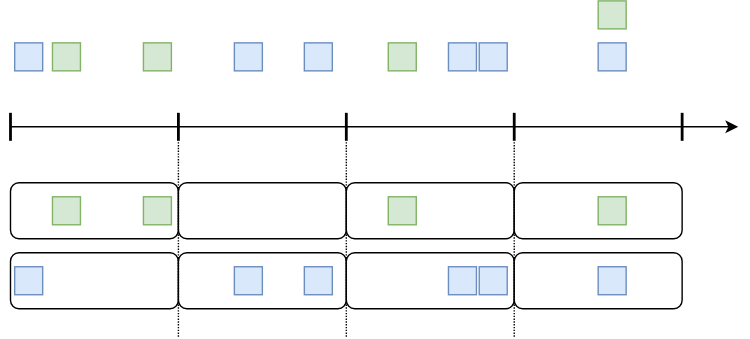
This is docs/assets/images/tumbling-window.svg from sfeir-open-source/sfeir-school-kafka, a draw.io export, as it was before one commit. Source tidied: cells renumbered, new cells last; positions are measured from the earlier drawing's top-left corner, leaving out a move shared by most shapes.
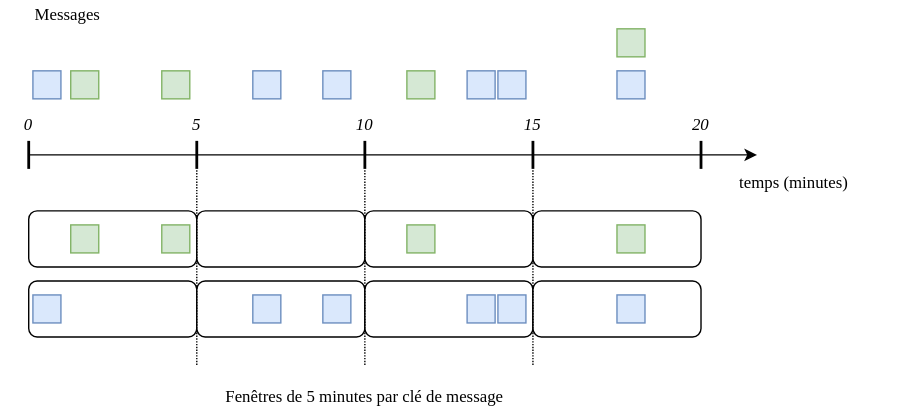
The same diagram one commit later.

Change to the diagram source:
```diff
@@ -140,5 +140,29 @@
         <mxPoint x="360" y="100" as="targetPoint" />
       </mxGeometry>
     </mxCell>
+    <mxCell id="39" value="temps (minutes)" style="text;html=1;strokeColor=none;fillColor=none;align=center;verticalAlign=middle;whiteSpace=wrap;rounded=0;dashed=1;fontFamily=Verdana;" parent="1" vertex="1">
+      <mxGeometry x="470" y="100" width="153" height="20" as="geometry" />
+    </mxCell>
+    <mxCell id="40" value="Messages" style="text;html=1;strokeColor=none;fillColor=none;align=center;verticalAlign=middle;whiteSpace=wrap;rounded=0;dashed=1;fontFamily=Verdana;" parent="1" vertex="1">
+      <mxGeometry x="-7" y="-20" width="70" height="20" as="geometry" />
+    </mxCell>
+    <mxCell id="41" value="5" style="text;html=1;strokeColor=none;fillColor=none;align=center;verticalAlign=middle;whiteSpace=wrap;rounded=0;dashed=1;fontFamily=Verdana;fontStyle=2;" parent="1" vertex="1">
+      <mxGeometry x="100" y="59" width="40" height="20" as="geometry" />
+    </mxCell>
+    <mxCell id="42" value="0" style="text;html=1;strokeColor=none;fillColor=none;align=center;verticalAlign=middle;whiteSpace=wrap;rounded=0;dashed=1;fontFamily=Verdana;fontStyle=2;" parent="1" vertex="1">
+      <mxGeometry x="-20" y="59" width="40" height="20" as="geometry" />
+    </mxCell>
+    <mxCell id="43" value="10" style="text;html=1;strokeColor=none;fillColor=none;align=center;verticalAlign=middle;whiteSpace=wrap;rounded=0;dashed=1;fontFamily=Verdana;fontStyle=2;" parent="1" vertex="1">
+      <mxGeometry x="220" y="59" width="40" height="20" as="geometry" />
+    </mxCell>
+    <mxCell id="44" value="15" style="text;html=1;strokeColor=none;fillColor=none;align=center;verticalAlign=middle;whiteSpace=wrap;rounded=0;dashed=1;fontFamily=Verdana;fontStyle=2;" parent="1" vertex="1">
+      <mxGeometry x="340" y="59" width="40" height="20" as="geometry" />
+    </mxCell>
+    <mxCell id="45" value="20" style="text;html=1;strokeColor=none;fillColor=none;align=center;verticalAlign=middle;whiteSpace=wrap;rounded=0;dashed=1;fontFamily=Verdana;fontStyle=2;" parent="1" vertex="1">
+      <mxGeometry x="460" y="59" width="40" height="20" as="geometry" />
+    </mxCell>
+    <mxCell id="46" value="Fenêtres de 5 minutes par clé de message" style="text;html=1;strokeColor=none;fillColor=none;align=center;verticalAlign=middle;whiteSpace=wrap;rounded=0;dashed=1;fontFamily=Verdana;" parent="1" vertex="1">
+      <mxGeometry x="105" y="253" width="270" height="20" as="geometry" />
+    </mxCell>
   </root>
 </mxGraphModel>
```
